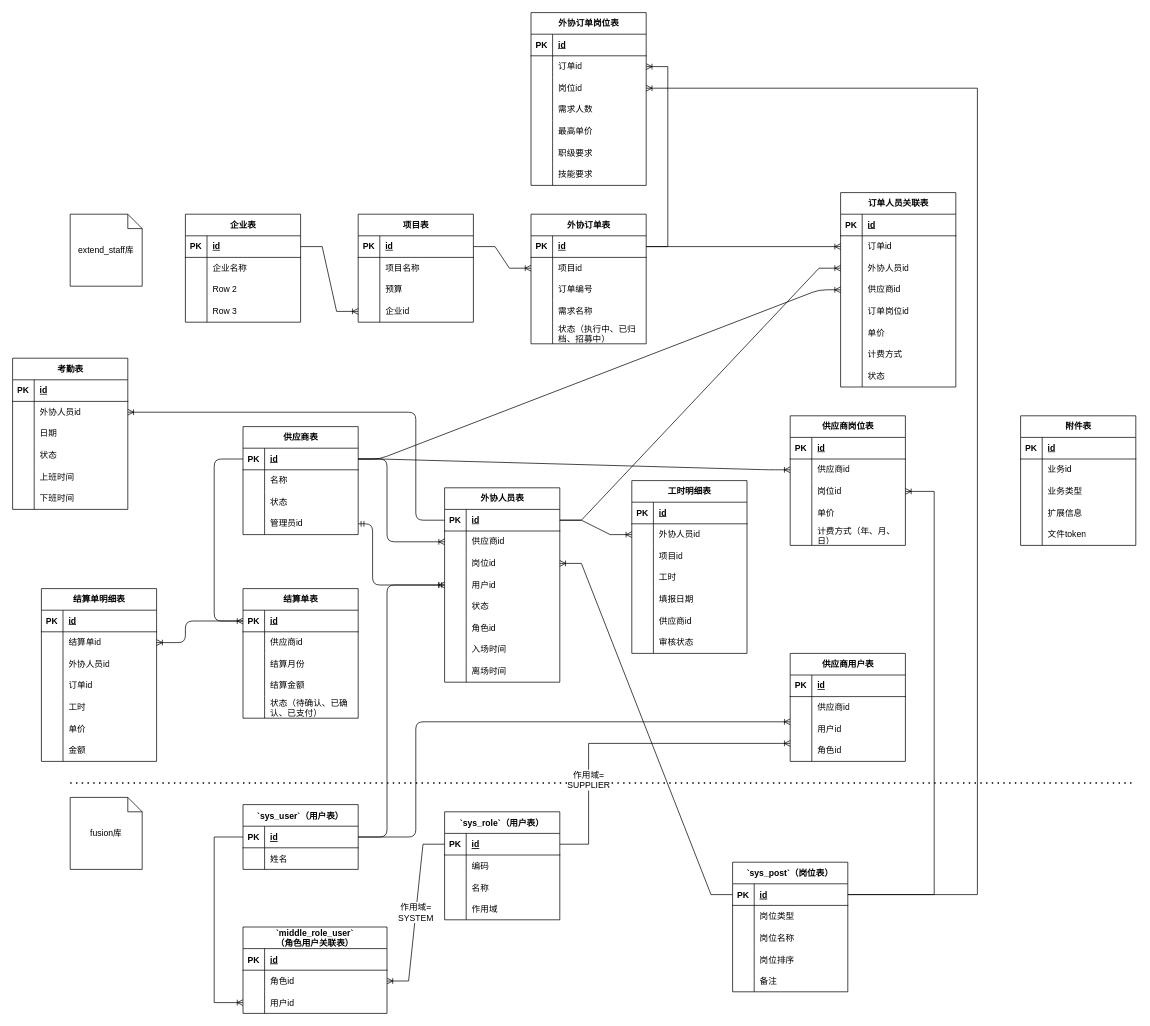
The draw.io diagram extend-staff/业务模型.drawio in Qunz/drawio, before the edit. Source tidied: cells renumbered, new cells numbered last; positions are measured from the earlier drawing's top-left corner, leaving out a move shared by most shapes. Both pictures are drawn from the tidied source at 72%, with x=0, y=0 at pixel (12, 12).
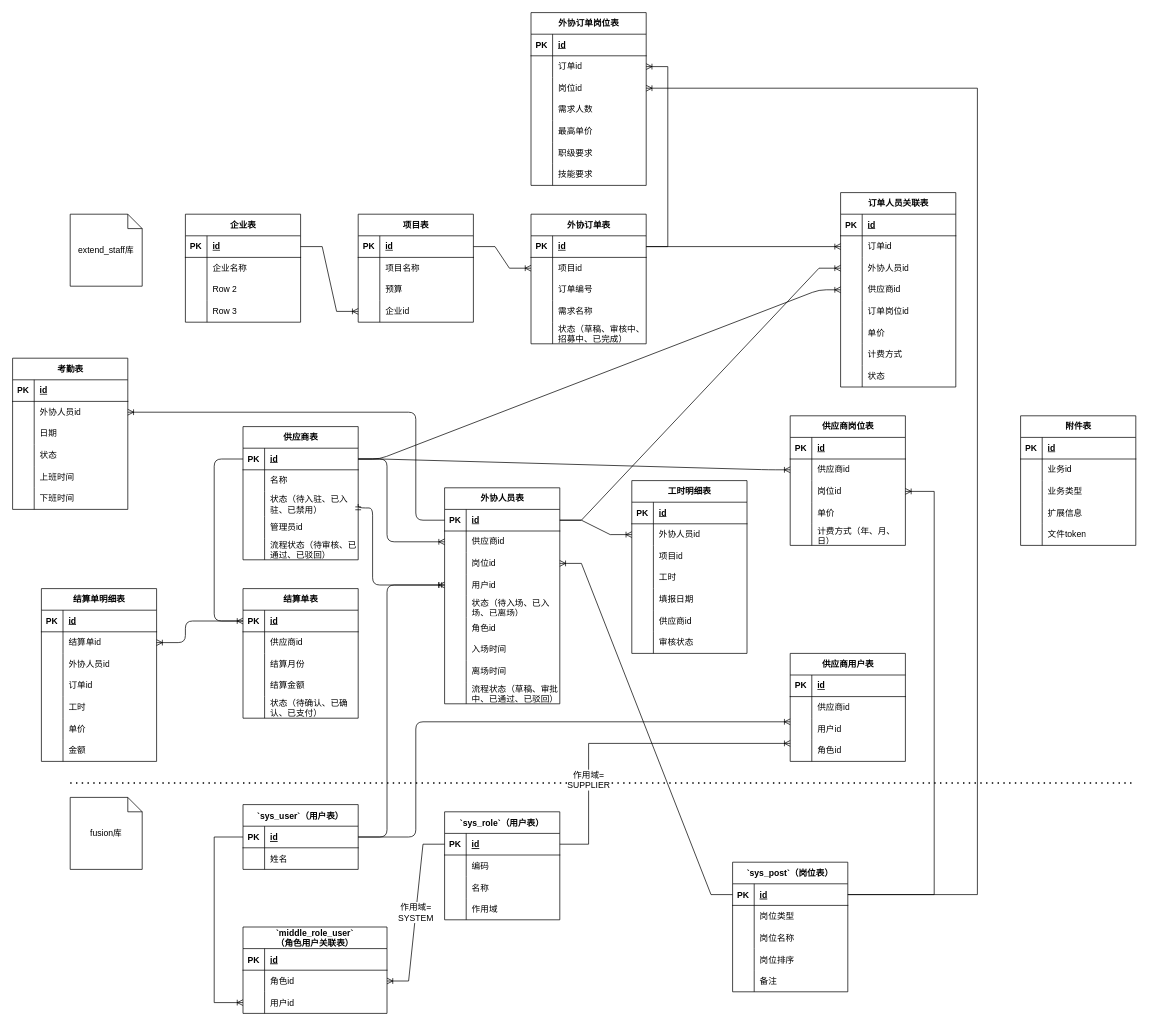
Above is the later version.

Commit message:
更新业务模型.drawio

The change refers to these unchanged cells:
```xml
<mxCell id="83" style="shape=tableRow;horizontal=0;startSize=0;swimlaneHead=0;swimlaneBody=0;fillColor=none;points=[[0,0.5],[1,0.5]];portConstraint=eastwest;top=0;left=0;right=0;bottom=0;" parent="73" vertex="1">
  <mxGeometry y="120" width="160" height="30" as="geometry" />
</mxCell>
<mxCell id="86" style="shape=tableRow;horizontal=0;startSize=0;swimlaneHead=0;swimlaneBody=0;fillColor=none;top=0;left=0;right=0;bottom=0;" parent="73" vertex="1">
  <mxGeometry y="150" width="160" height="30" as="geometry" />
</mxCell>
<mxCell id="111" style="shape=tableRow;horizontal=0;startSize=0;swimlaneHead=0;swimlaneBody=0;fillColor=none;top=0;left=0;right=0;bottom=0;" parent="98" vertex="1">
  <mxGeometry y="150" width="160" height="30" as="geometry" />
</mxCell>
```

Change to the diagram source:
```diff
@@
     <mxCell id="28" value="供应商表" style="shape=table;startSize=30;childLayout=tableLayout;rowLines=0;fontStyle=1;align=center;html=1;" parent="1" vertex="1">
-      <mxGeometry x="320" y="575" width="160" height="150" as="geometry" />
+      <mxGeometry x="320" y="575" width="160" height="185" as="geometry" />
     </mxCell>
@@
     <mxCell id="35" style="shape=tableRow;horizontal=0;startSize=0;swimlaneHead=0;swimlaneBody=0;fillColor=none;points=[[0,0.5],[1,0.5]];portConstraint=eastwest;top=0;left=0;right=0;bottom=0;" parent="28" vertex="1">
-      <mxGeometry y="90" width="160" height="30" as="geometry" />
+      <mxGeometry y="90" width="160" height="35" as="geometry" />
     </mxCell>
     <mxCell id="36" style="shape=partialRectangle;fillColor=none;top=0;left=0;bottom=0;right=0;overflow=hidden;whiteSpace=wrap;html=1;" parent="35" vertex="1">
-      <mxGeometry width="30" height="30" as="geometry" />
+      <mxGeometry width="30" height="35" as="geometry" />
     </mxCell>
-    <mxCell id="37" value="状态" style="shape=partialRectangle;fillColor=none;top=0;left=0;bottom=0;right=0;align=left;spacingLeft=6;overflow=hidden;whiteSpace=wrap;html=1;" parent="35" vertex="1">
-      <mxGeometry x="30" width="130" height="30" as="geometry" />
+    <mxCell id="37" value="状态（待入驻、已入驻、已禁用）" style="shape=partialRectangle;fillColor=none;top=0;left=0;bottom=0;right=0;align=left;spacingLeft=6;overflow=hidden;whiteSpace=wrap;html=1;" parent="35" vertex="1">
+      <mxGeometry x="30" width="130" height="35" as="geometry" />
     </mxCell>
     <mxCell id="38" style="shape=tableRow;horizontal=0;startSize=0;swimlaneHead=0;swimlaneBody=0;fillColor=none;points=[[0,0.5],[1,0.5]];portConstraint=eastwest;top=0;left=0;right=0;bottom=0;" parent="28" vertex="1">
-      <mxGeometry y="120" width="160" height="30" as="geometry" />
+      <mxGeometry y="125" width="160" height="30" as="geometry" />
     </mxCell>
@@
+    <mxCell id="323" style="shape=tableRow;horizontal=0;startSize=0;swimlaneHead=0;swimlaneBody=0;fillColor=none;top=0;left=0;right=0;bottom=0;" parent="28" vertex="1">
+      <mxGeometry y="155" width="160" height="30" as="geometry" />
+    </mxCell>
+    <mxCell id="324" style="shape=partialRectangle;fillColor=none;top=0;left=0;bottom=0;right=0;overflow=hidden;whiteSpace=wrap;html=1;" parent="323" vertex="1">
+      <mxGeometry width="30" height="30" as="geometry" />
+    </mxCell>
+    <mxCell id="325" value="流程状态（待审核、已通过、已驳回）" style="shape=partialRectangle;fillColor=none;top=0;left=0;bottom=0;right=0;align=left;spacingLeft=6;overflow=hidden;whiteSpace=wrap;html=1;" parent="323" vertex="1">
+      <mxGeometry x="30" width="130" height="30" as="geometry" />
+    </mxCell>
@@
     <mxCell id="73" value="外协人员表" style="shape=table;startSize=30;childLayout=tableLayout;rowLines=0;fontStyle=1;align=center;html=1;" parent="1" vertex="1">
-      <mxGeometry x="600" y="660" width="160" height="270" as="geometry" />
+      <mxGeometry x="600" y="660" width="160" height="300" as="geometry" />
     </mxCell>
@@
-    <mxCell id="88" value="状态" style="shape=partialRectangle;fillColor=none;top=0;left=0;bottom=0;right=0;align=left;spacingLeft=6;overflow=hidden;whiteSpace=wrap;html=1;" parent="86" vertex="1">
+    <mxCell id="88" value="状态（待入场、已入场、已离场）" style="shape=partialRectangle;fillColor=none;top=0;left=0;bottom=0;right=0;align=left;spacingLeft=6;overflow=hidden;whiteSpace=wrap;html=1;" parent="86" vertex="1">
       <mxGeometry x="30" width="130" height="30" as="geometry" />
     </mxCell>
@@
+    <mxCell id="326" style="shape=tableRow;horizontal=0;startSize=0;swimlaneHead=0;swimlaneBody=0;fillColor=none;top=0;left=0;right=0;bottom=0;" parent="73" vertex="1">
+      <mxGeometry y="270" width="160" height="30" as="geometry" />
+    </mxCell>
+    <mxCell id="327" style="shape=partialRectangle;fillColor=none;top=0;left=0;bottom=0;right=0;overflow=hidden;whiteSpace=wrap;html=1;" parent="326" vertex="1">
+      <mxGeometry width="30" height="30" as="geometry" />
+    </mxCell>
+    <mxCell id="328" value="流程状态（草稿、审批中、已通过、已驳回）" style="shape=partialRectangle;fillColor=none;top=0;left=0;bottom=0;right=0;align=left;spacingLeft=6;overflow=hidden;whiteSpace=wrap;html=1;" parent="326" vertex="1">
+      <mxGeometry x="30" width="130" height="30" as="geometry" />
+    </mxCell>
@@
-    <mxCell id="113" value="状态（执行中、已归档、招募中）" style="shape=partialRectangle;fillColor=none;top=0;left=0;bottom=0;right=0;align=left;spacingLeft=6;overflow=hidden;whiteSpace=wrap;html=1;" parent="111" vertex="1">
+    <mxCell id="113" value="状态（草稿、审核中、招募中、已完成）" style="shape=partialRectangle;fillColor=none;top=0;left=0;bottom=0;right=0;align=left;spacingLeft=6;overflow=hidden;whiteSpace=wrap;html=1;" parent="111" vertex="1">
       <mxGeometry x="30" width="130" height="30" as="geometry" />
     </mxCell>
@@
-    <mxCell id="191" style="edgeStyle=orthogonalEdgeStyle;fontSize=12;html=1;endArrow=ERmandOne;startArrow=ERmandOne;rounded=1;curved=0;" parent="1" edge="1" source="38" target="83">
+    <mxCell id="191" style="edgeStyle=orthogonalEdgeStyle;fontSize=12;html=1;endArrow=ERmandOne;startArrow=ERmandOne;rounded=1;curved=0;exitX=1;exitY=0.5;exitDx=0;exitDy=0;" parent="1" edge="1" source="35" target="83">
       <mxGeometry relative="1" as="geometry">
         <Array as="points">
-          <mxPoint x="500" y="710" />
+          <mxPoint x="500" y="688" />
           <mxPoint x="500" y="795" />
         </Array>
       </mxGeometry>
     </mxCell>
```
